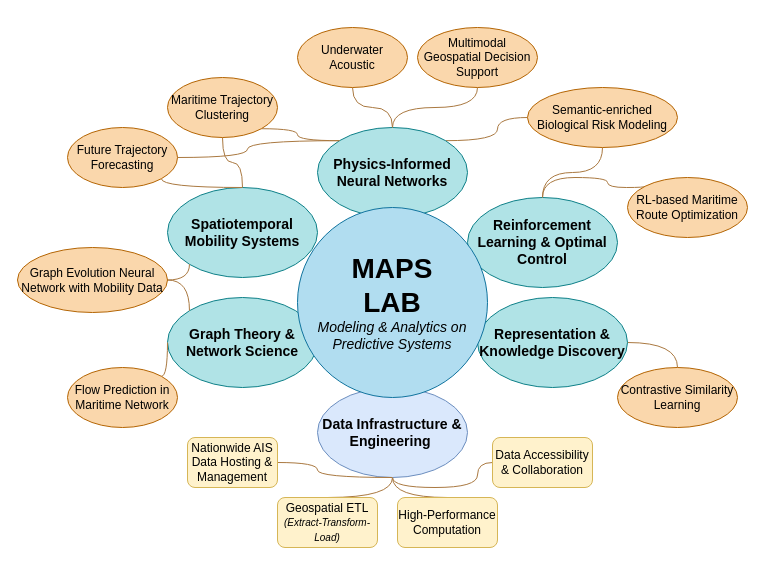
Earlier version of the draw.io diagram Images/MAPS.drawio (tsuzzy/Portfolio). Source tidied: cells renumbered, new cells numbered last; positions are measured from the earlier drawing's top-left corner, leaving out a move shared by most shapes. Both pictures are drawn from the tidied source at 100%, with x=0, y=0 at pixel (17, 27).
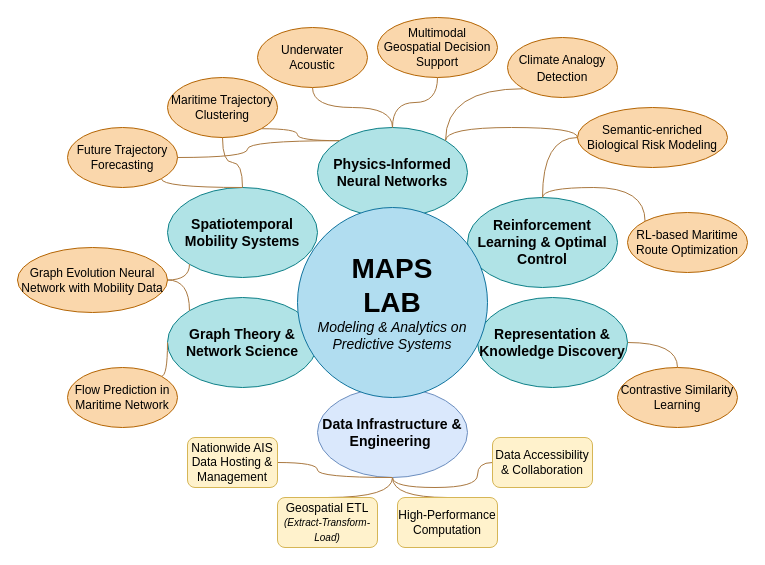
Above is the later version.

The change refers to these unchanged cells:
```xml
<mxCell id="3" value="&lt;b&gt;&lt;font style=&quot;font-size: 14px;&quot;&gt;Physics-Informed Neural Networks&lt;/font&gt;&lt;/b&gt;" style="ellipse;whiteSpace=wrap;html=1;fillColor=#b0e3e6;strokeColor=#0e8088;" parent="1" vertex="1">
  <mxGeometry x="300" y="100" width="150" height="90" as="geometry" />
</mxCell>
<mxCell id="8" value="&lt;font style=&quot;font-size: 14px;&quot;&gt;&lt;b&gt;Reinforcement Learning &amp;amp; Optimal Control&lt;/b&gt;&lt;/font&gt;" style="ellipse;whiteSpace=wrap;html=1;fillColor=#b0e3e6;strokeColor=#0e8088;" parent="1" vertex="1">
  <mxGeometry x="450" y="170" width="150" height="90" as="geometry" />
</mxCell>
```

Diff of the diagram source:
```diff
@@
     <mxCell id="2" style="edgeStyle=orthogonalEdgeStyle;rounded=0;jettySize=auto;html=1;exitX=1;exitY=0;exitDx=0;exitDy=0;entryX=0;entryY=0.5;entryDx=0;entryDy=0;endArrow=none;endFill=0;curved=1;strokeColor=light-dark(#aa7941, #ededed);" parent="1" edge="1" source="3" target="31">
-      <mxGeometry relative="1" as="geometry" />
+      <mxGeometry relative="1" as="geometry">
+        <Array as="points">
+          <mxPoint x="428" y="100" />
+          <mxPoint x="560" y="100" />
+        </Array>
+      </mxGeometry>
     </mxCell>
@@
     <mxCell id="20" style="edgeStyle=orthogonalEdgeStyle;rounded=0;jettySize=auto;html=1;exitX=0;exitY=0;exitDx=0;exitDy=0;entryX=0.5;entryY=0;entryDx=0;entryDy=0;curved=1;endArrow=none;endFill=0;strokeColor=light-dark(#aa7941, #ededed);" parent="1" edge="1" source="21" target="8">
       <mxGeometry relative="1" as="geometry">
         <Array as="points">
-          <mxPoint x="628" y="160" />
-          <mxPoint x="590" y="160" />
-          <mxPoint x="590" y="150" />
-          <mxPoint x="525" y="150" />
+          <mxPoint x="627" y="160" />
+          <mxPoint x="525" y="160" />
         </Array>
       </mxGeometry>
     </mxCell>
     <mxCell id="21" value="RL-based Maritime Route Optimization" style="ellipse;whiteSpace=wrap;html=1;fillColor=#fad7ac;strokeColor=#b46504;" parent="1" vertex="1">
-      <mxGeometry x="610" y="150" width="120" height="60" as="geometry" />
+      <mxGeometry x="610" y="185" width="120" height="60" as="geometry" />
     </mxCell>
@@
     <mxCell id="29" value="Underwater Acoustic" style="ellipse;whiteSpace=wrap;html=1;fillColor=#fad7ac;strokeColor=#b46504;" parent="1" vertex="1">
-      <mxGeometry x="280" width="110" height="60" as="geometry" />
+      <mxGeometry x="240" width="110" height="60" as="geometry" />
     </mxCell>
-    <mxCell id="30" style="edgeStyle=orthogonalEdgeStyle;rounded=0;jettySize=auto;html=1;exitX=0.5;exitY=1;exitDx=0;exitDy=0;entryX=0.5;entryY=0;entryDx=0;entryDy=0;curved=1;endArrow=none;endFill=0;strokeColor=light-dark(#aa7941, #ededed);" parent="1" edge="1" source="31" target="8">
+    <mxCell id="30" style="edgeStyle=orthogonalEdgeStyle;rounded=0;jettySize=auto;html=1;exitX=0;exitY=0.5;exitDx=0;exitDy=0;entryX=0.5;entryY=0;entryDx=0;entryDy=0;curved=1;endArrow=none;endFill=0;strokeColor=light-dark(#aa7941, #ededed);" parent="1" edge="1" source="31" target="8">
       <mxGeometry relative="1" as="geometry" />
     </mxCell>
     <mxCell id="31" value="Semantic-enriched Biological Risk Modeling" style="ellipse;whiteSpace=wrap;html=1;fillColor=#fad7ac;strokeColor=#b46504;" parent="1" vertex="1">
-      <mxGeometry x="510" y="60" width="150" height="60" as="geometry" />
+      <mxGeometry x="560" y="80" width="150" height="60" as="geometry" />
     </mxCell>
@@
     <mxCell id="33" value="Multimodal Geospatial Decision Support" style="ellipse;whiteSpace=wrap;html=1;fillColor=#fad7ac;strokeColor=#b46504;" parent="1" vertex="1">
-      <mxGeometry x="400" width="120" height="60" as="geometry" />
+      <mxGeometry x="360" y="-10" width="120" height="60" as="geometry" />
     </mxCell>
@@
+    <mxCell id="39" style="edgeStyle=orthogonalEdgeStyle;rounded=0;jettySize=auto;html=1;exitX=0;exitY=1;exitDx=0;exitDy=0;entryX=1;entryY=0;entryDx=0;entryDy=0;curved=1;strokeColor=light-dark(#aa7941, #ededed);endArrow=none;endFill=0;" parent="1" edge="1" source="40" target="3">
+      <mxGeometry relative="1" as="geometry" />
+    </mxCell>
+    <mxCell id="40" value="&lt;h3&gt;&lt;span style=&quot;font-weight: normal;&quot;&gt;&lt;font style=&quot;font-size: 12px;&quot;&gt;Climate Analogy Detection&lt;/font&gt;&lt;/span&gt;&lt;/h3&gt;" style="ellipse;whiteSpace=wrap;html=1;fillColor=#fad7ac;strokeColor=#b46504;" parent="1" vertex="1">
+      <mxGeometry x="490" y="10" width="110" height="60" as="geometry" />
+    </mxCell>
```
